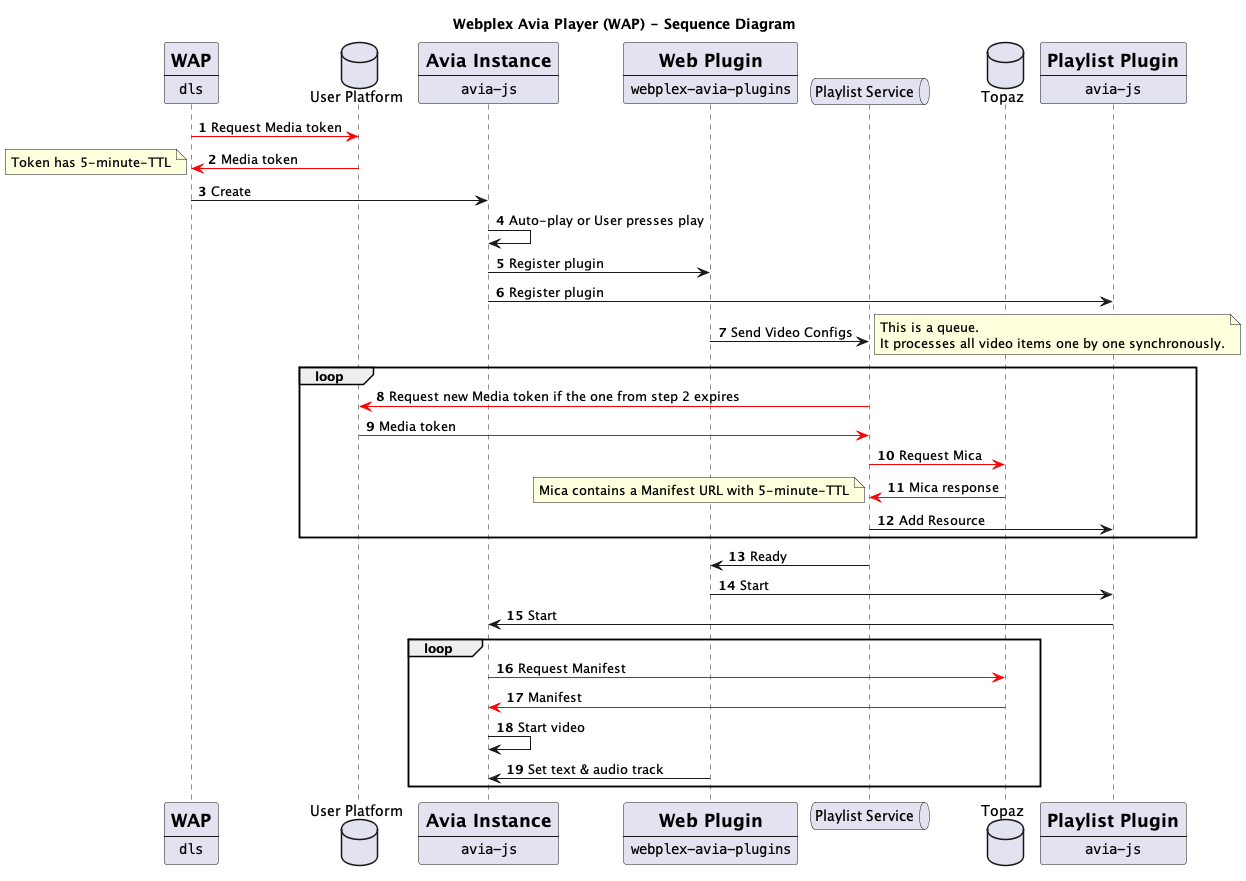
This is diagrams/playlistSequenceDiagram.png from nathanquach/poc-avia-playlist, a PlantUML export, as it was before one commit.
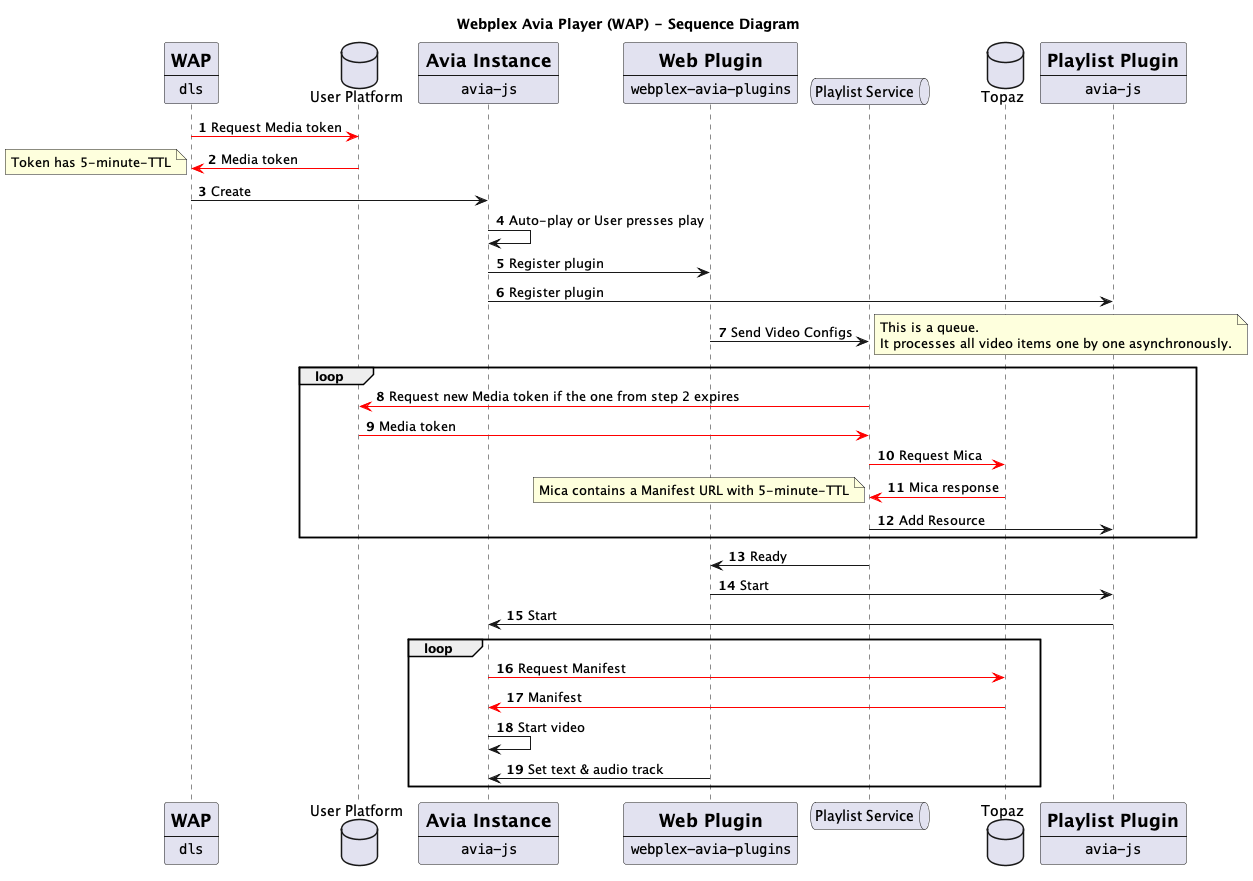
Above is the later version.

Commit message:
update sequence diagram

Change to the diagram source:
```diff
@@ -41,7 +41,7 @@
 WebPlugin -> PlaylistService: Send Video Configs
 note right
   This is a queue.
-  It processes all video items one by one synchronously.
+  It processes all video items one by one asynchronously.
 end note
 
 loop
```
